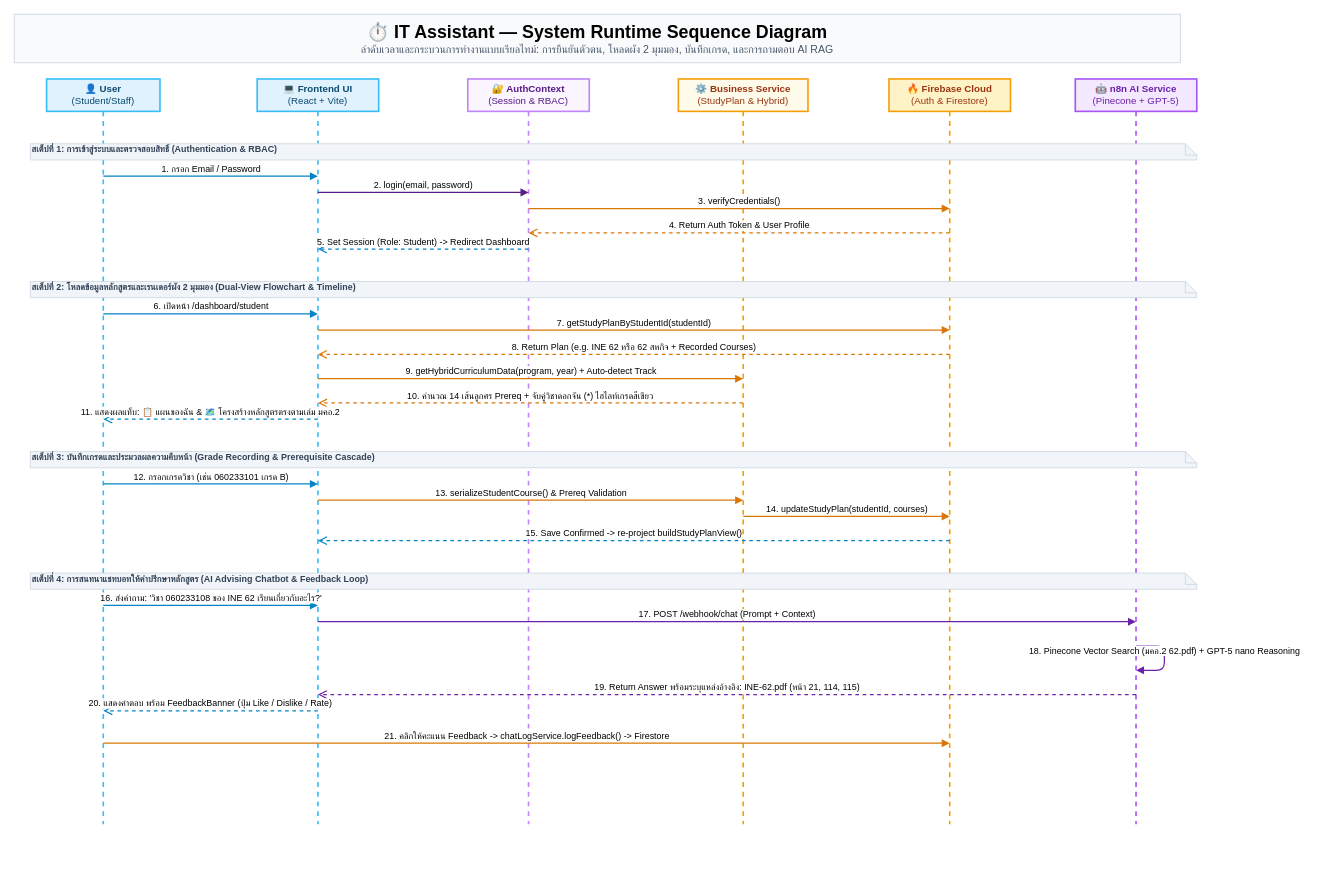
This is diagrams/sequence-diagram.drawio from kainapatkmutnb/it-course-chatbot-main, a draw.io file, before an edit. Source tidied: cells renumbered, new cells numbered last; positions are measured from the earlier drawing's top-left corner, leaving out a move shared by most shapes. Both pictures are drawn from the tidied source at 81%, with x=0, y=0 at pixel (14, 14).
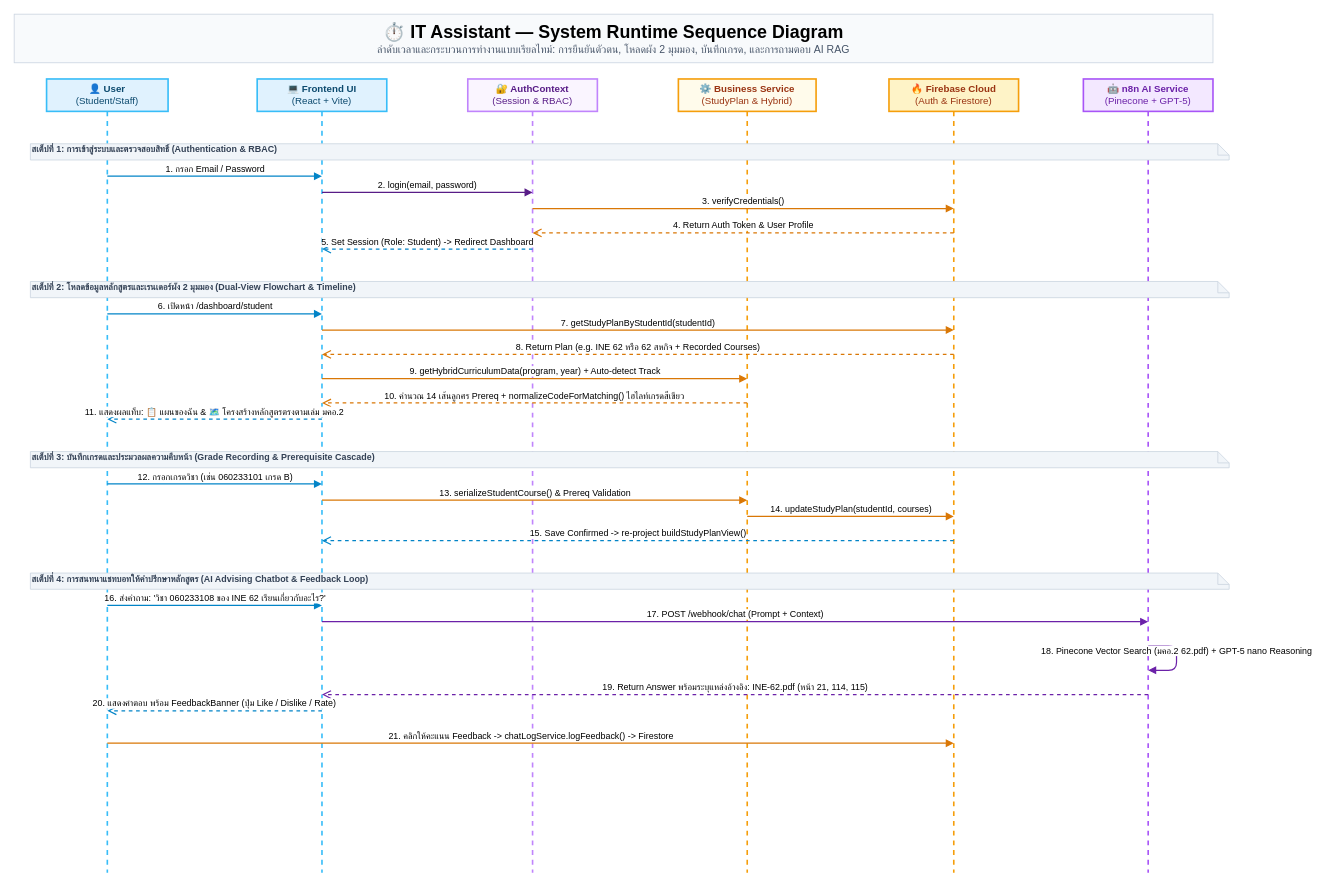
Above is the later version.

Diff of the diagram source:
```diff
@@
     <mxCell id="2" value="&lt;b style='font-size: 22px;'&gt;⏱️ IT Assistant — System Runtime Sequence Diagram&lt;/b&gt;&lt;br/&gt;&lt;span style='color: #475569; font-size: 13px;'&gt;ลำดับเวลาและกระบวนการทำงานแบบเรียลไทม์: การยืนยันตัวตน, โหลดผัง 2 มุมมอง, บันทึกเกรด, และการถามตอบ AI RAG&lt;/span&gt;" style="text;html=1;align=center;verticalAlign=middle;whiteSpace=wrap;rounded=0;fillColor=#F8FAFC;strokeColor=#CBD5E1;strokeWidth=1;" parent="1" vertex="1">
-      <mxGeometry width="1440" height="60" as="geometry" />
+      <mxGeometry width="1480" height="60" as="geometry" />
     </mxCell>
     <mxCell id="3" value="&lt;b&gt;👤 User&lt;/b&gt;&lt;br/&gt;(Student/Staff)" style="shape=umlLifeline;perimeter=lifelinePerimeter;whiteSpace=wrap;html=1;fillColor=#E0F2FE;strokeColor=#38BDF8;strokeWidth=2;fontColor=#0C4A6E;" parent="1" vertex="1">
-      <mxGeometry x="40" y="80" width="140" height="920" as="geometry" />
+      <mxGeometry x="40" y="80" width="150" height="980" as="geometry" />
     </mxCell>
     <mxCell id="4" value="&lt;b&gt;💻 Frontend UI&lt;/b&gt;&lt;br/&gt;(React + Vite)" style="shape=umlLifeline;perimeter=lifelinePerimeter;whiteSpace=wrap;html=1;fillColor=#E0F2FE;strokeColor=#38BDF8;strokeWidth=2;fontColor=#0C4A6E;" parent="1" vertex="1">
-      <mxGeometry x="300" y="80" width="150" height="920" as="geometry" />
+      <mxGeometry x="300" y="80" width="160" height="980" as="geometry" />
     </mxCell>
     <mxCell id="5" value="&lt;b&gt;🔐 AuthContext&lt;/b&gt;&lt;br/&gt;(Session &amp; RBAC)" style="shape=umlLifeline;perimeter=lifelinePerimeter;whiteSpace=wrap;html=1;fillColor=#FAF5FF;strokeColor=#C084FC;strokeWidth=2;fontColor=#581C87;" parent="1" vertex="1">
-      <mxGeometry x="560" y="80" width="150" height="920" as="geometry" />
+      <mxGeometry x="560" y="80" width="160" height="980" as="geometry" />
     </mxCell>
     <mxCell id="6" value="&lt;b&gt;⚙️ Business Service&lt;/b&gt;&lt;br/&gt;(StudyPlan &amp; Hybrid)" style="shape=umlLifeline;perimeter=lifelinePerimeter;whiteSpace=wrap;html=1;fillColor=#FFFBEB;strokeColor=#F59E0B;strokeWidth=2;fontColor=#9A3412;" parent="1" vertex="1">
-      <mxGeometry x="820" y="80" width="160" height="920" as="geometry" />
+      <mxGeometry x="820" y="80" width="170" height="980" as="geometry" />
     </mxCell>
     <mxCell id="7" value="&lt;b&gt;🔥 Firebase Cloud&lt;/b&gt;&lt;br/&gt;(Auth &amp; Firestore)" style="shape=umlLifeline;perimeter=lifelinePerimeter;whiteSpace=wrap;html=1;fillColor=#FEF3C7;strokeColor=#F59E0B;strokeWidth=2;fontColor=#9A3412;" parent="1" vertex="1">
-      <mxGeometry x="1080" y="80" width="150" height="920" as="geometry" />
+      <mxGeometry x="1080" y="80" width="160" height="980" as="geometry" />
     </mxCell>
     <mxCell id="8" value="&lt;b&gt;🤖 n8n AI Service&lt;/b&gt;&lt;br/&gt;(Pinecone + GPT-5)" style="shape=umlLifeline;perimeter=lifelinePerimeter;whiteSpace=wrap;html=1;fillColor=#F3E8FF;strokeColor=#A855F7;strokeWidth=2;fontColor=#6B21A8;" parent="1" vertex="1">
-      <mxGeometry x="1310" y="80" width="150" height="920" as="geometry" />
+      <mxGeometry x="1320" y="80" width="160" height="980" as="geometry" />
     </mxCell>
     <mxCell id="9" value="สเต็ปที่ 1: การเข้าสู่ระบบและตรวจสอบสิทธิ์ (Authentication &amp; RBAC)" style="shape=note;whiteSpace=wrap;html=1;size=14;verticalAlign=top;align=left;spacingTop=-6;fillColor=#F1F5F9;strokeColor=#CBD5E1;fontStyle=1;fontSize=11;fontColor=#334155;" parent="1" vertex="1">
-      <mxGeometry x="20" y="160" width="1440" height="20" as="geometry" />
+      <mxGeometry x="20" y="160" width="1480" height="20" as="geometry" />
     </mxCell>
     <mxCell id="10" value="1. กรอก Email / Password" style="html=1;verticalAlign=bottom;endArrow=block;strokeColor=#0284C7;strokeWidth=1.5;" parent="1" edge="1">
       <mxGeometry relative="1" as="geometry">
-        <mxPoint x="110" y="200" as="sourcePoint" />
-        <mxPoint x="375" y="200" as="targetPoint" />
+        <mxPoint x="115" y="200" as="sourcePoint" />
+        <mxPoint x="380" y="200" as="targetPoint" />
       </mxGeometry>
     </mxCell>
     <mxCell id="11" value="2. login(email, password)" style="html=1;verticalAlign=bottom;endArrow=block;strokeColor=#581C87;strokeWidth=1.5;" parent="1" edge="1">
       <mxGeometry relative="1" as="geometry">
-        <mxPoint x="375" y="220" as="sourcePoint" />
-        <mxPoint x="635" y="220" as="targetPoint" />
+        <mxPoint x="380" y="220" as="sourcePoint" />
+        <mxPoint x="640" y="220" as="targetPoint" />
       </mxGeometry>
     </mxCell>
     <mxCell id="12" value="3. verifyCredentials()" style="html=1;verticalAlign=bottom;endArrow=block;strokeColor=#D97706;strokeWidth=1.5;" parent="1" edge="1">
       <mxGeometry relative="1" as="geometry">
-        <mxPoint x="635" y="240" as="sourcePoint" />
-        <mxPoint x="1155" y="240" as="targetPoint" />
+        <mxPoint x="640" y="240" as="sourcePoint" />
+        <mxPoint x="1160" y="240" as="targetPoint" />
       </mxGeometry>
     </mxCell>
     <mxCell id="13" value="4. Return Auth Token &amp; User Profile" style="html=1;verticalAlign=bottom;endArrow=open;dashed=1;endSize=8;strokeColor=#D97706;strokeWidth=1.5;" parent="1" edge="1">
       <mxGeometry relative="1" as="geometry">
-        <mxPoint x="1155" y="270" as="sourcePoint" />
-        <mxPoint x="635" y="270" as="targetPoint" />
+        <mxPoint x="1160" y="270" as="sourcePoint" />
+        <mxPoint x="640" y="270" as="targetPoint" />
       </mxGeometry>
     </mxCell>
     <mxCell id="14" value="5. Set Session (Role: Student) -&gt; Redirect Dashboard" style="html=1;verticalAlign=bottom;endArrow=open;dashed=1;endSize=8;strokeColor=#0284C7;strokeWidth=1.5;" parent="1" edge="1">
       <mxGeometry relative="1" as="geometry">
-        <mxPoint x="635" y="290" as="sourcePoint" />
-        <mxPoint x="375" y="290" as="targetPoint" />
+        <mxPoint x="640" y="290" as="sourcePoint" />
+        <mxPoint x="380" y="290" as="targetPoint" />
       </mxGeometry>
     </mxCell>
     <mxCell id="15" value="สเต็ปที่ 2: โหลดข้อมูลหลักสูตรและเรนเดอร์ผัง 2 มุมมอง (Dual-View Flowchart &amp; Timeline)" style="shape=note;whiteSpace=wrap;html=1;size=14;verticalAlign=top;align=left;spacingTop=-6;fillColor=#F1F5F9;strokeColor=#CBD5E1;fontStyle=1;fontSize=11;fontColor=#334155;" parent="1" vertex="1">
-      <mxGeometry x="20" y="330" width="1440" height="20" as="geometry" />
+      <mxGeometry x="20" y="330" width="1480" height="20" as="geometry" />
     </mxCell>
     <mxCell id="16" value="6. เปิดหน้า /dashboard/student" style="html=1;verticalAlign=bottom;endArrow=block;strokeColor=#0284C7;strokeWidth=1.5;" parent="1" edge="1">
       <mxGeometry relative="1" as="geometry">
-        <mxPoint x="110" y="370" as="sourcePoint" />
-        <mxPoint x="375" y="370" as="targetPoint" />
+        <mxPoint x="115" y="370" as="sourcePoint" />
+        <mxPoint x="380" y="370" as="targetPoint" />
       </mxGeometry>
     </mxCell>
     <mxCell id="17" value="7. getStudyPlanByStudentId(studentId)" style="html=1;verticalAlign=bottom;endArrow=block;strokeColor=#D97706;strokeWidth=1.5;" parent="1" edge="1">
       <mxGeometry relative="1" as="geometry">
-        <mxPoint x="375" y="390" as="sourcePoint" />
-        <mxPoint x="1155" y="390" as="targetPoint" />
+        <mxPoint x="380" y="390" as="sourcePoint" />
+        <mxPoint x="1160" y="390" as="targetPoint" />
       </mxGeometry>
     </mxCell>
     <mxCell id="18" value="8. Return Plan (e.g. INE 62 หรือ 62 สหกิจ + Recorded Courses)" style="html=1;verticalAlign=bottom;endArrow=open;dashed=1;endSize=8;strokeColor=#D97706;strokeWidth=1.5;" parent="1" edge="1">
       <mxGeometry relative="1" as="geometry">
-        <mxPoint x="1155" y="420" as="sourcePoint" />
-        <mxPoint x="375" y="420" as="targetPoint" />
+        <mxPoint x="1160" y="420" as="sourcePoint" />
+        <mxPoint x="380" y="420" as="targetPoint" />
       </mxGeometry>
     </mxCell>
     <mxCell id="19" value="9. getHybridCurriculumData(program, year) + Auto-detect Track" style="html=1;verticalAlign=bottom;endArrow=block;strokeColor=#D97706;strokeWidth=1.5;" parent="1" edge="1">
       <mxGeometry relative="1" as="geometry">
-        <mxPoint x="375" y="450" as="sourcePoint" />
-        <mxPoint x="900" y="450" as="targetPoint" />
+        <mxPoint x="380" y="450" as="sourcePoint" />
+        <mxPoint x="905" y="450" as="targetPoint" />
       </mxGeometry>
     </mxCell>
-    <mxCell id="20" value="10. คำนวณ 14 เส้นลูกศร Prereq + จับคู่วิชาดอกจัน (*) ไฮไลท์เกรดสีเขียว" style="html=1;verticalAlign=bottom;endArrow=open;dashed=1;endSize=8;strokeColor=#D97706;strokeWidth=1.5;" parent="1" edge="1">
+    <mxCell id="20" value="10. คำนวณ 14 เส้นลูกศร Prereq + normalizeCodeForMatching() ไฮไลท์เกรดสีเขียว" style="html=1;verticalAlign=bottom;endArrow=open;dashed=1;endSize=8;strokeColor=#D97706;strokeWidth=1.5;" parent="1" edge="1">
       <mxGeometry relative="1" as="geometry">
-        <mxPoint x="900" y="480" as="sourcePoint" />
-        <mxPoint x="375" y="480" as="targetPoint" />
+        <mxPoint x="905" y="480" as="sourcePoint" />
+        <mxPoint x="380" y="480" as="targetPoint" />
       </mxGeometry>
     </mxCell>
     <mxCell id="21" value="11. แสดงผลแท็บ: 📋 แผนของฉัน &amp; 🗺️ โครงสร้างหลักสูตรตรงตามเล่ม มคอ.2" style="html=1;verticalAlign=bottom;endArrow=open;dashed=1;endSize=8;strokeColor=#0284C7;strokeWidth=1.5;" parent="1" edge="1">
       <mxGeometry relative="1" as="geometry">
-        <mxPoint x="375" y="500" as="sourcePoint" />
-        <mxPoint x="110" y="500" as="targetPoint" />
+        <mxPoint x="380" y="500" as="sourcePoint" />
+        <mxPoint x="115" y="500" as="targetPoint" />
       </mxGeometry>
     </mxCell>
     <mxCell id="22" value="สเต็ปที่ 3: บันทึกเกรดและประมวลผลความคืบหน้า (Grade Recording &amp; Prerequisite Cascade)" style="shape=note;whiteSpace=wrap;html=1;size=14;verticalAlign=top;align=left;spacingTop=-6;fillColor=#F1F5F9;strokeColor=#CBD5E1;fontStyle=1;fontSize=11;fontColor=#334155;" parent="1" vertex="1">
-      <mxGeometry x="20" y="540" width="1440" height="20" as="geometry" />
+      <mxGeometry x="20" y="540" width="1480" height="20" as="geometry" />
     </mxCell>
     <mxCell id="23" value="12. กรอกเกรดวิชา (เช่น 060233101 เกรด B)" style="html=1;verticalAlign=bottom;endArrow=block;strokeColor=#0284C7;strokeWidth=1.5;" parent="1" edge="1">
       <mxGeometry relative="1" as="geometry">
-        <mxPoint x="110" y="580" as="sourcePoint" />
-        <mxPoint x="375" y="580" as="targetPoint" />
+        <mxPoint x="115" y="580" as="sourcePoint" />
+        <mxPoint x="380" y="580" as="targetPoint" />
       </mxGeometry>
     </mxCell>
     <mxCell id="24" value="13. serializeStudentCourse() &amp; Prereq Validation" style="html=1;verticalAlign=bottom;endArrow=block;strokeColor=#D97706;strokeWidth=1.5;" parent="1" edge="1">
       <mxGeometry relative="1" as="geometry">
-        <mxPoint x="375" y="600" as="sourcePoint" />
-        <mxPoint x="900" y="600" as="targetPoint" />
+        <mxPoint x="380" y="600" as="sourcePoint" />
+        <mxPoint x="905" y="600" as="targetPoint" />
       </mxGeometry>
     </mxCell>
     <mxCell id="25" value="14. updateStudyPlan(studentId, courses)" style="html=1;verticalAlign=bottom;endArrow=block;strokeColor=#D97706;strokeWidth=1.5;" parent="1" edge="1">
       <mxGeometry relative="1" as="geometry">
-        <mxPoint x="900" y="620" as="sourcePoint" />
-        <mxPoint x="1155" y="620" as="targetPoint" />
+        <mxPoint x="905" y="620" as="sourcePoint" />
+        <mxPoint x="1160" y="620" as="targetPoint" />
       </mxGeometry>
     </mxCell>
     <mxCell id="26" value="15. Save Confirmed -&gt; re-project buildStudyPlanView()" style="html=1;verticalAlign=bottom;endArrow=open;dashed=1;endSize=8;strokeColor=#0284C7;strokeWidth=1.5;" parent="1" edge="1">
       <mxGeometry relative="1" as="geometry">
-        <mxPoint x="1155" y="650" as="sourcePoint" />
-        <mxPoint x="375" y="650" as="targetPoint" />
+        <mxPoint x="1160" y="650" as="sourcePoint" />
+        <mxPoint x="380" y="650" as="targetPoint" />
       </mxGeometry>
     </mxCell>
     <mxCell id="27" value="สเต็ปที่ 4: การสนทนาแชทบอทให้คำปรึกษาหลักสูตร (AI Advising Chatbot &amp; Feedback Loop)" style="shape=note;whiteSpace=wrap;html=1;size=14;verticalAlign=top;align=left;spacingTop=-6;fillColor=#F1F5F9;strokeColor=#CBD5E1;fontStyle=1;fontSize=11;fontColor=#334155;" parent="1" vertex="1">
-      <mxGeometry x="20" y="690" width="1440" height="20" as="geometry" />
+      <mxGeometry x="20" y="690" width="1480" height="20" as="geometry" />
     </mxCell>
     <mxCell id="28" value="16. ส่งคำถาม: 'วิชา 060233108 ของ INE 62 เรียนเกี่ยวกับอะไร?'" style="html=1;verticalAlign=bottom;endArrow=block;strokeColor=#0284C7;strokeWidth=1.5;" parent="1" edge="1">
       <mxGeometry relative="1" as="geometry">
-        <mxPoint x="110" y="730" as="sourcePoint" />
-        <mxPoint x="375" y="730" as="targetPoint" />
+        <mxPoint x="115" y="730" as="sourcePoint" />
+        <mxPoint x="380" y="730" as="targetPoint" />
       </mxGeometry>
     </mxCell>
     <mxCell id="29" value="17. POST /webhook/chat (Prompt + Context)" style="html=1;verticalAlign=bottom;endArrow=block;strokeColor=#6B21A8;strokeWidth=1.5;" parent="1" edge="1">
       <mxGeometry relative="1" as="geometry">
-        <mxPoint x="375" y="750" as="sourcePoint" />
-        <mxPoint x="1385" y="750" as="targetPoint" />
+        <mxPoint x="380" y="750" as="sourcePoint" />
+        <mxPoint x="1400" y="750" as="targetPoint" />
       </mxGeometry>
     </mxCell>
     <mxCell id="30" value="18. Pinecone Vector Search (มคอ.2 62.pdf) + GPT-5 nano Reasoning" style="html=1;verticalAlign=bottom;endArrow=block;strokeColor=#6B21A8;strokeWidth=1.5;" parent="1" edge="1">
       <mxGeometry relative="1" as="geometry">
-        <mxPoint x="1385" y="780" as="sourcePoint" />
-        <mxPoint x="1385" y="810" as="targetPoint" />
+        <mxPoint x="1400" y="780" as="sourcePoint" />
+        <mxPoint x="1400" y="810" as="targetPoint" />
         <Array as="points">
-          <mxPoint x="1420" y="780" />
-          <mxPoint x="1420" y="810" />
+          <mxPoint x="1435" y="780" />
+          <mxPoint x="1435" y="810" />
         </Array>
       </mxGeometry>
     </mxCell>
     <mxCell id="31" value="19. Return Answer พร้อมระบุแหล่งอ้างอิง: INE-62.pdf (หน้า 21, 114, 115)" style="html=1;verticalAlign=bottom;endArrow=open;dashed=1;endSize=8;strokeColor=#6B21A8;strokeWidth=1.5;" parent="1" edge="1">
       <mxGeometry relative="1" as="geometry">
-        <mxPoint x="1385" y="840" as="sourcePoint" />
-        <mxPoint x="375" y="840" as="targetPoint" />
+        <mxPoint x="1400" y="840" as="sourcePoint" />
+        <mxPoint x="380" y="840" as="targetPoint" />
       </mxGeometry>
     </mxCell>
     <mxCell id="32" value="20. แสดงคำตอบ พร้อม FeedbackBanner (ปุ่ม Like / Dislike / Rate)" style="html=1;verticalAlign=bottom;endArrow=open;dashed=1;endSize=8;strokeColor=#0284C7;strokeWidth=1.5;" parent="1" edge="1">
       <mxGeometry relative="1" as="geometry">
-        <mxPoint x="375" y="860" as="sourcePoint" />
-        <mxPoint x="110" y="860" as="targetPoint" />
+        <mxPoint x="380" y="860" as="sourcePoint" />
+        <mxPoint x="115" y="860" as="targetPoint" />
       </mxGeometry>
     </mxCell>
     <mxCell id="33" value="21. คลิกให้คะแนน Feedback -&gt; chatLogService.logFeedback() -&gt; Firestore" style="html=1;verticalAlign=bottom;endArrow=block;strokeColor=#D97706;strokeWidth=1.5;" parent="1" edge="1">
       <mxGeometry relative="1" as="geometry">
-        <mxPoint x="110" y="900" as="sourcePoint" />
-        <mxPoint x="1155" y="900" as="targetPoint" />
+        <mxPoint x="115" y="900" as="sourcePoint" />
+        <mxPoint x="1160" y="900" as="targetPoint" />
       </mxGeometry>
     </mxCell>
```
